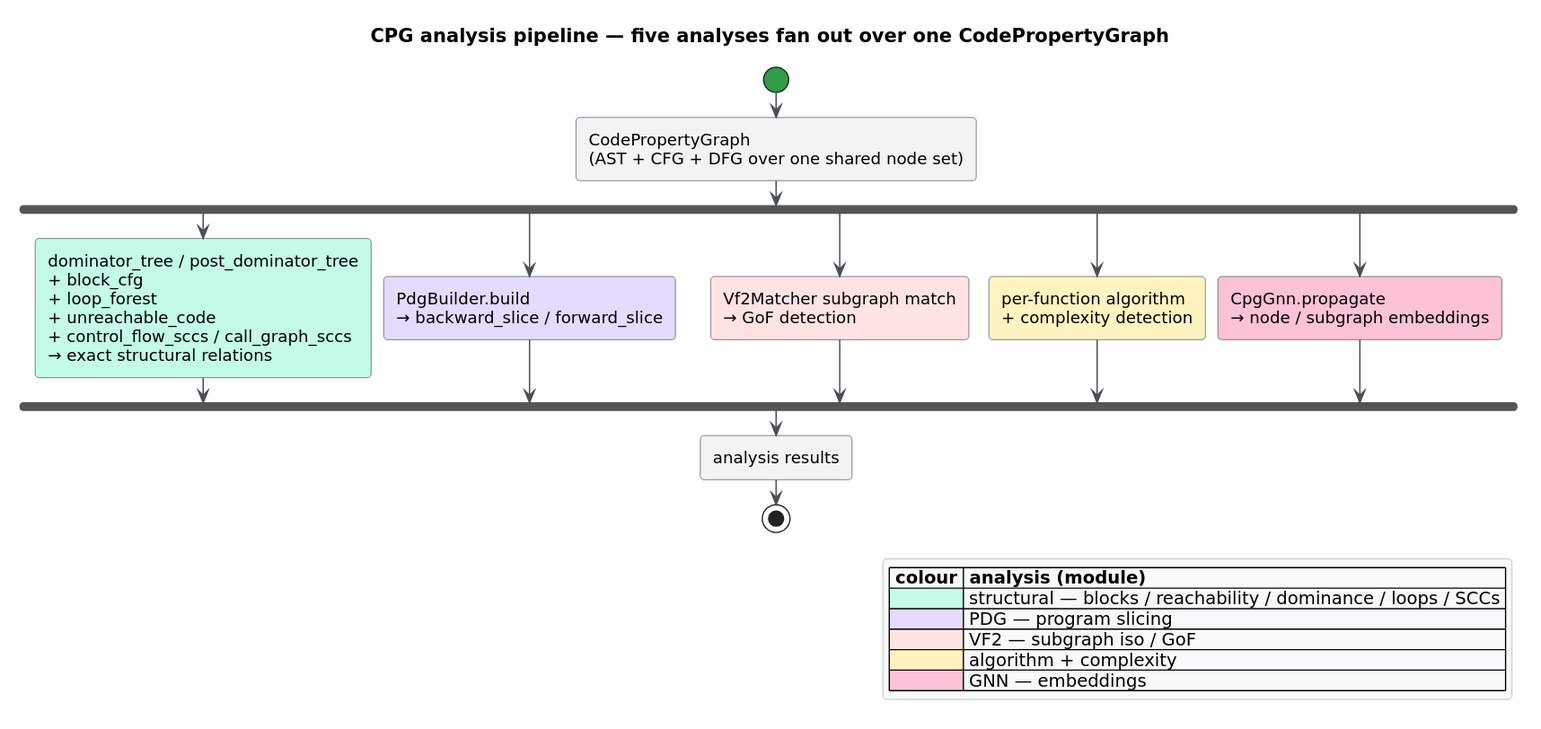
Earlier version of the PlantUML export docs/diagrams/analysis-pipeline.svg (vinary-tree/libcpg). Its source is kept beside it as docs/diagrams/analysis-pipeline.puml.
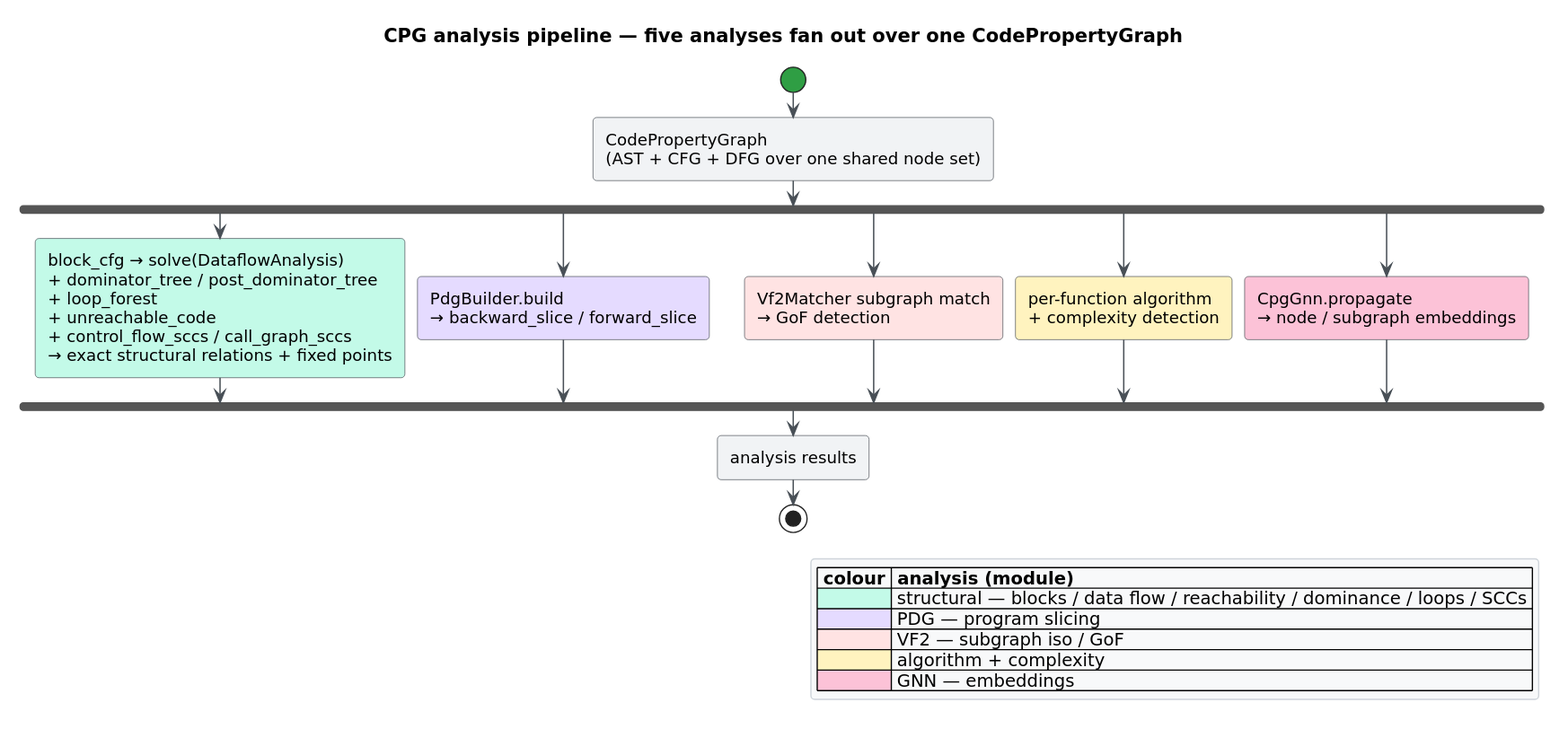
The same file after the commit.

Change to the diagram source:
```diff
@@ -5,12 +5,12 @@
 :CodePropertyGraph
 (AST + CFG + DFG over one shared node set);
 fork
-  :dominator_tree / post_dominator_tree
-  + block_cfg
+  :block_cfg → solve(DataflowAnalysis)
+  + dominator_tree / post_dominator_tree
   + loop_forest
   + unreachable_code
   + control_flow_sccs / call_graph_sccs
-  → exact structural relations;<<#C3FAE8>>
+  → exact structural relations + fixed points;<<#C3FAE8>>
 fork again
   :PdgBuilder.build
   → backward_slice / forward_slice;<<#E5DBFF>>
@@ -28,7 +28,7 @@
 stop
 legend right
   |= colour |= analysis (module) |
-  |<#C3FAE8>| structural — blocks / reachability / dominance / loops / SCCs |
+  |<#C3FAE8>| structural — blocks / data flow / reachability / dominance / loops / SCCs |
   |<#E5DBFF>| PDG — program slicing |
   |<#FFE3E3>| VF2 — subgraph iso / GoF |
   |<#FFF3BF>| algorithm + complexity |
```
